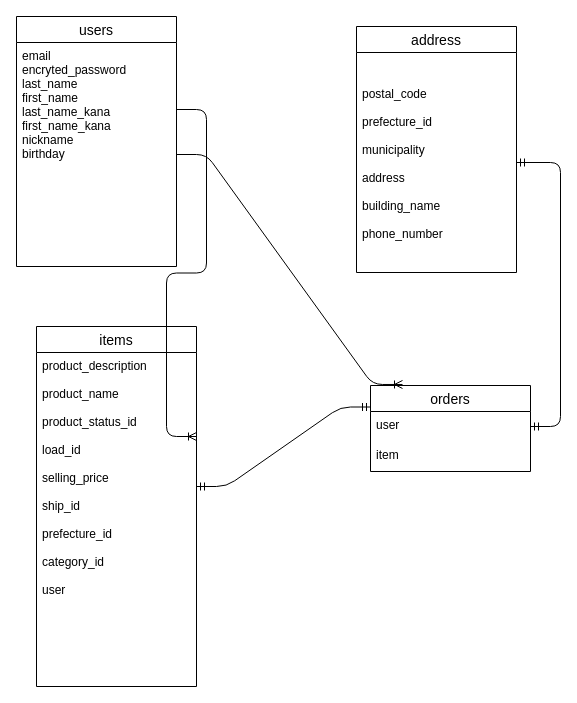
Before: app/views/test.dio in zaki09901/furima-35790, a draw.io diagram. Source tidied: cells renumbered, new cells numbered last; positions are measured from the earlier drawing's top-left corner, leaving out a move shared by most shapes. Both pictures are drawn from the tidied source at 100%, with x=0, y=0 at pixel (16, 16).
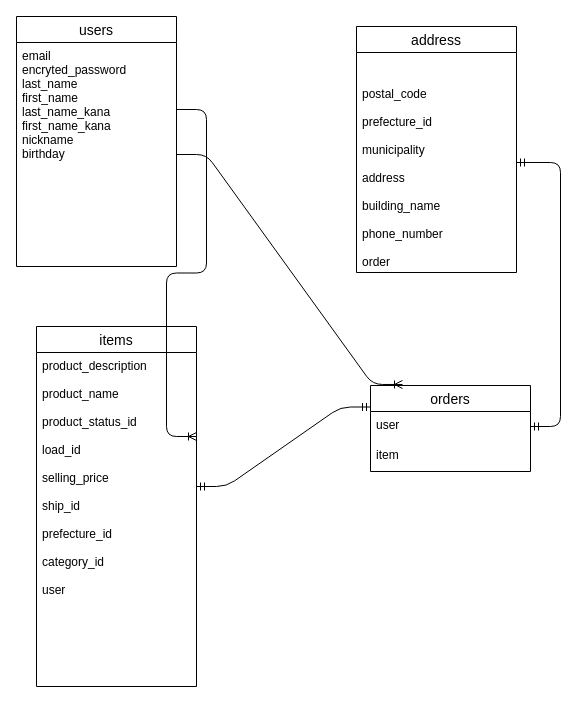
Above is the later version.

Change to the diagram source:
```diff
@@
 <mxGraphModel>
   <root>
     <mxCell id="0" />
     <mxCell id="1" parent="0" />
     <mxCell id="2" value="users" style="swimlane;fontStyle=0;horizontal=1;startSize=26;align=center;fontSize=14;" parent="1" vertex="1">
       <mxGeometry width="160" height="250" as="geometry" />
     </mxCell>
     <mxCell id="3" value="email&#10;encryted_password&#10;last_name&#10;first_name&#10;last_name_kana&#10;first_name_kana&#10;nickname&#10;birthday" style="text;strokeColor=none;fillColor=none;spacingLeft=4;spacingRight=4;overflow=hidden;points=[[0,0.5],[1,0.5]];portConstraint=eastwest;fontSize=12;" parent="2" vertex="1">
       <mxGeometry y="26" width="160" height="224" as="geometry" />
     </mxCell>
     <mxCell id="4" value="address" style="swimlane;fontStyle=0;horizontal=1;startSize=26;align=center;fontSize=14;" parent="1" vertex="1">
       <mxGeometry x="340" y="10" width="160" height="246" as="geometry" />
     </mxCell>
-    <mxCell id="5" value="&#10;&#10;postal_code&#10;&#10;prefecture_id&#10;&#10;municipality&#10;&#10;address&#10;&#10;building_name&#10;&#10;phone_number&#10;" style="text;strokeColor=none;fillColor=none;spacingLeft=4;spacingRight=4;overflow=hidden;points=[[0,0.5],[1,0.5]];portConstraint=eastwest;fontSize=12;" parent="4" vertex="1">
+    <mxCell id="5" value="&#10;&#10;postal_code&#10;&#10;prefecture_id&#10;&#10;municipality&#10;&#10;address&#10;&#10;building_name&#10;&#10;phone_number&#10;&#10;order" style="text;strokeColor=none;fillColor=none;spacingLeft=4;spacingRight=4;overflow=hidden;points=[[0,0.5],[1,0.5]];portConstraint=eastwest;fontSize=12;" parent="4" vertex="1">
       <mxGeometry y="26" width="160" height="220" as="geometry" />
     </mxCell>
     <mxCell id="6" value="items" style="swimlane;fontStyle=0;horizontal=1;startSize=26;align=center;fontSize=14;" parent="1" vertex="1">
       <mxGeometry x="20" y="310" width="160" height="360" as="geometry" />
     </mxCell>
     <mxCell id="7" value="product_description&#10;&#10;product_name&#10;&#10;product_status_id&#10;&#10;load_id&#10;&#10;selling_price&#10;&#10;ship_id&#10;&#10;prefecture_id&#10;&#10;category_id&#10;&#10;user&#10;" style="text;strokeColor=none;fillColor=none;spacingLeft=4;spacingRight=4;overflow=hidden;fontSize=12;" parent="6" vertex="1">
       <mxGeometry y="26" width="160" height="334" as="geometry" />
     </mxCell>
     <mxCell id="8" style="edgeStyle=entityRelationEdgeStyle;fontSize=12;html=1;endArrow=ERmandOne;startArrow=ERmandOne;entryX=1;entryY=0.5;entryDx=0;entryDy=0;" parent="1" edge="1" source="10" target="5">
       <mxGeometry relative="1" as="geometry" />
     </mxCell>
     <mxCell id="9" value="orders" style="swimlane;fontStyle=0;horizontal=1;startSize=26;align=center;fontSize=14;" parent="1" vertex="1">
       <mxGeometry x="354" y="369" width="160" height="86" as="geometry" />
     </mxCell>
     <mxCell id="10" value="user" style="text;strokeColor=none;fillColor=none;spacingLeft=4;spacingRight=4;overflow=hidden;points=[[0,0.5],[1,0.5]];portConstraint=eastwest;fontSize=12;" parent="9" vertex="1">
       <mxGeometry y="26" width="160" height="30" as="geometry" />
     </mxCell>
     <mxCell id="11" value="item" style="text;strokeColor=none;fillColor=none;spacingLeft=4;spacingRight=4;overflow=hidden;fontSize=12;" parent="9" vertex="1">
       <mxGeometry y="56" width="160" height="30" as="geometry" />
     </mxCell>
     <mxCell id="12" style="edgeStyle=entityRelationEdgeStyle;fontSize=12;html=1;endArrow=ERmandOne;startArrow=ERmandOne;entryX=0;entryY=0.25;entryDx=0;entryDy=0;" parent="1" edge="1" target="9">
       <mxGeometry relative="1" as="geometry">
         <mxPoint x="180" y="470" as="sourcePoint" />
       </mxGeometry>
     </mxCell>
     <mxCell id="13" style="edgeStyle=entityRelationEdgeStyle;fontSize=12;html=1;endArrow=ERoneToMany;entryX=0.2;entryY=-0.012;entryDx=0;entryDy=0;entryPerimeter=0;" parent="1" edge="1" source="3" target="9">
       <mxGeometry relative="1" as="geometry" />
     </mxCell>
     <mxCell id="14" style="edgeStyle=entityRelationEdgeStyle;fontSize=12;html=1;endArrow=ERoneToMany;" parent="1" edge="1">
       <mxGeometry relative="1" as="geometry">
         <mxPoint x="160" y="93" as="sourcePoint" />
         <mxPoint x="180" y="420" as="targetPoint" />
       </mxGeometry>
     </mxCell>
   </root>
 </mxGraphModel>
```
